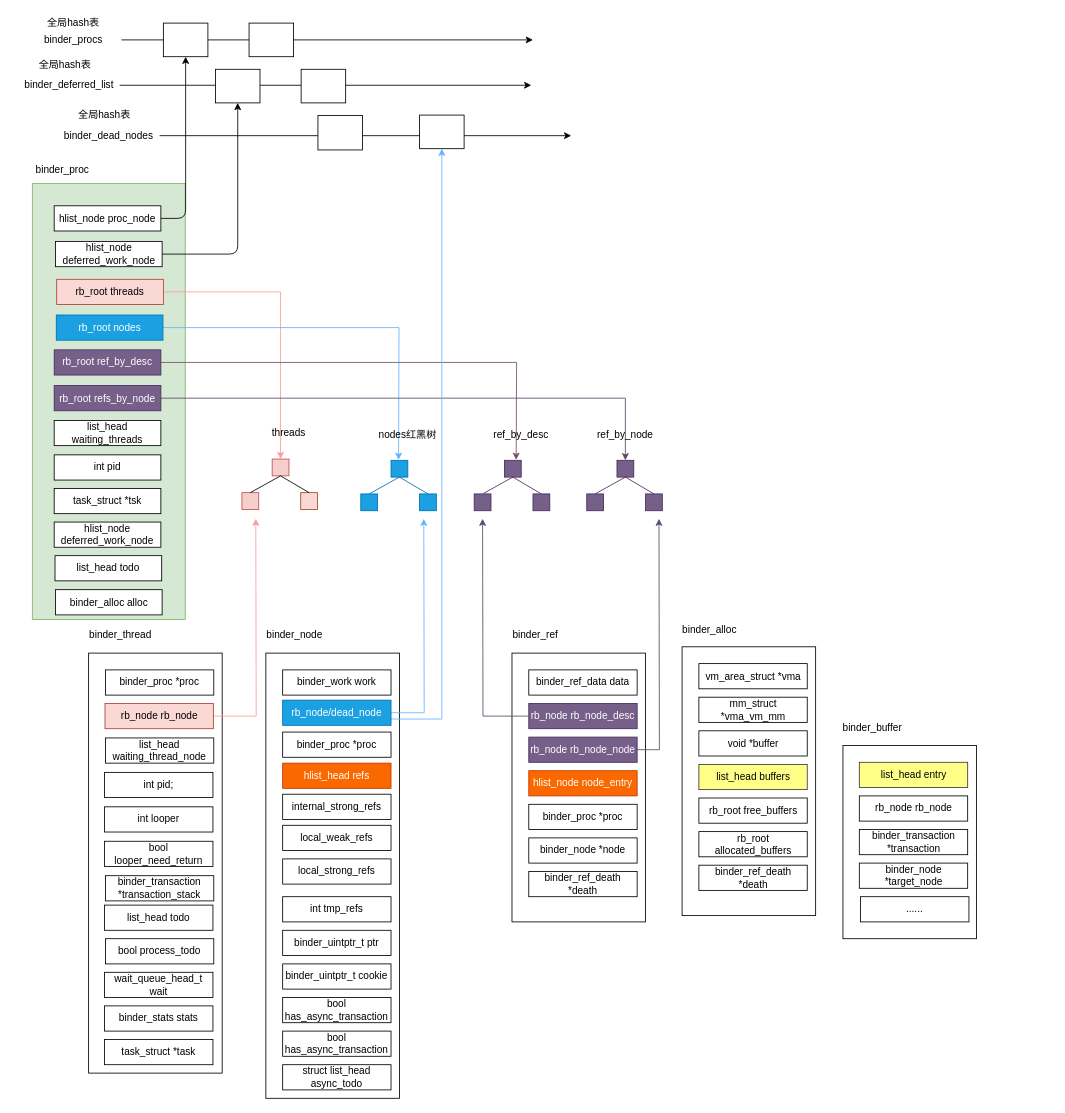
Earlier version of the draw.io diagram binder/diagram/binder_data_structure_relationships.drawio (cuijpus/Android). Source tidied: cells renumbered, new cells numbered last; positions are measured from the earlier drawing's top-left corner, leaving out a move shared by most shapes. Both pictures are drawn from the tidied source at 84%, with x=0, y=0 at pixel (14, 14).
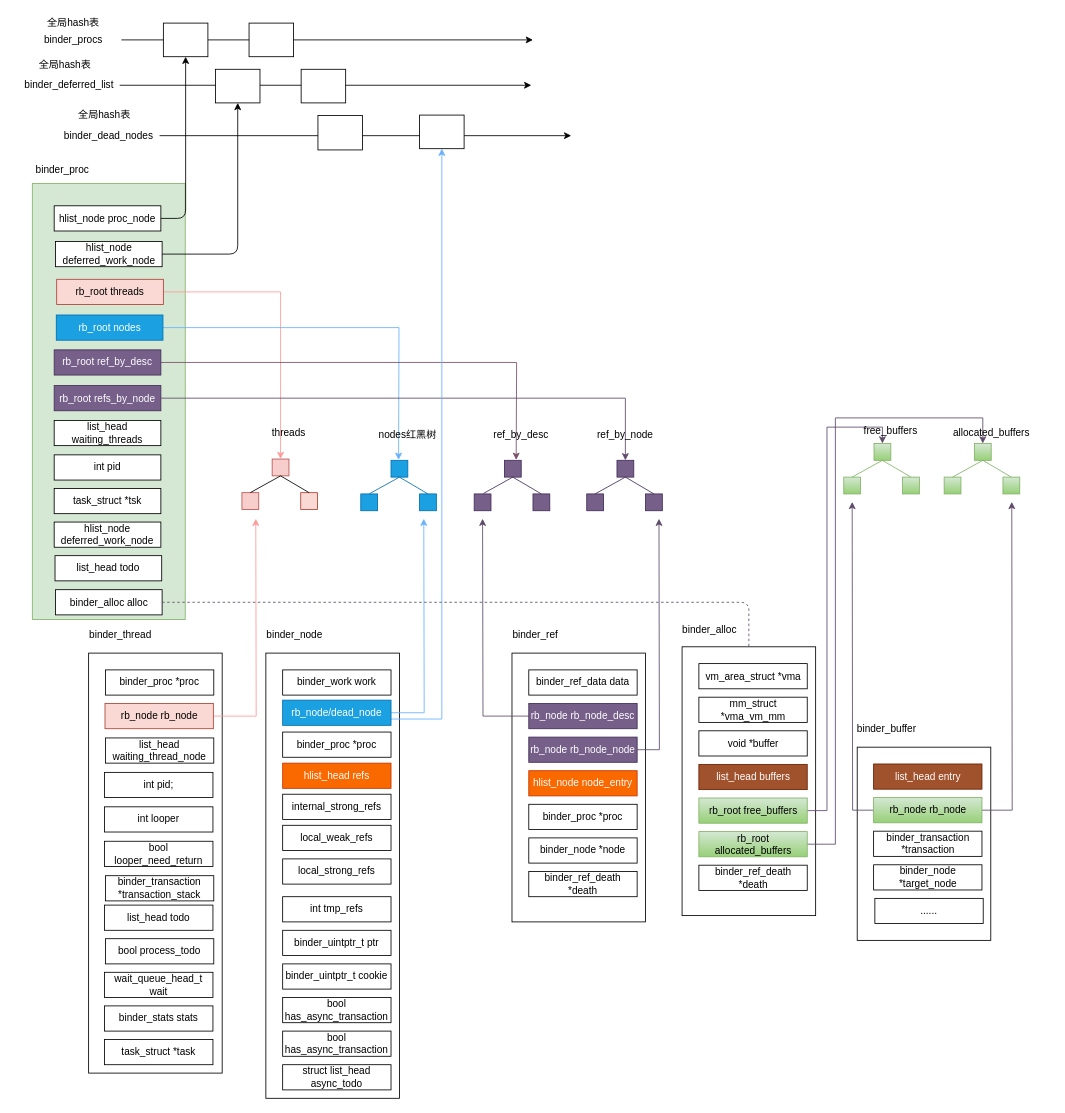
After the change.

Unchanged cells that the change refers to:
```xml
<mxCell id="103" value="binder_alloc alloc" style="rounded=0;whiteSpace=wrap;html=1;" parent="1" vertex="1">
  <mxGeometry x="48.5" y="684.5" width="127" height="30" as="geometry" />
</mxCell>
<mxCell id="104" style="rounded=0;whiteSpace=wrap;html=1;" parent="1" vertex="1">
  <mxGeometry x="794.5" y="752.5" width="159" height="320" as="geometry" />
</mxCell>
```

Diff of the diagram source:
```diff
@@
-    <mxCell id="109" value="list_head buffers" style="rounded=0;whiteSpace=wrap;html=1;fillColor=#ffff88;strokeColor=#36393d;" parent="1" vertex="1">
+    <mxCell id="109" value="list_head buffers" style="rounded=0;whiteSpace=wrap;html=1;fillColor=#a0522d;strokeColor=#6D1F00;fontColor=#ffffff;" parent="1" vertex="1">
       <mxGeometry x="814.5" y="892.5" width="129" height="30" as="geometry" />
     </mxCell>
+    <mxCell id="120" style="edgeStyle=orthogonalEdgeStyle;rounded=0;jettySize=auto;html=1;exitX=1;exitY=0.5;exitDx=0;exitDy=0;entryX=0.5;entryY=0;entryDx=0;entryDy=0;strokeColor=#5E4969;" parent="1" edge="1" source="110" target="125">
+      <mxGeometry relative="1" as="geometry">
+        <Array as="points">
+          <mxPoint x="967" y="948" />
+          <mxPoint x="967" y="491" />
+          <mxPoint x="1033" y="491" />
+        </Array>
+      </mxGeometry>
+    </mxCell>
-    <mxCell id="110" value="rb_root free_buffers" style="rounded=0;whiteSpace=wrap;html=1;" parent="1" vertex="1">
+    <mxCell id="110" value="rb_root free_buffers" style="rounded=0;whiteSpace=wrap;html=1;fillColor=#d5e8d4;strokeColor=#82b366;gradientColor=#97d077;" parent="1" vertex="1">
       <mxGeometry x="814.5" y="932.5" width="129" height="30" as="geometry" />
     </mxCell>
+    <mxCell id="121" style="edgeStyle=orthogonalEdgeStyle;rounded=0;jettySize=auto;html=1;exitX=1;exitY=0.5;exitDx=0;exitDy=0;entryX=0.5;entryY=0;entryDx=0;entryDy=0;strokeColor=#5E4969;" parent="1" edge="1" source="111" target="130">
+      <mxGeometry relative="1" as="geometry">
+        <Array as="points">
+          <mxPoint x="977" y="988" />
+          <mxPoint x="977" y="480" />
+          <mxPoint x="1153" y="480" />
+        </Array>
+      </mxGeometry>
+    </mxCell>
-    <mxCell id="111" value="rb_root allocated_buffers" style="rounded=0;whiteSpace=wrap;html=1;" parent="1" vertex="1">
+    <mxCell id="111" value="rb_root allocated_buffers" style="rounded=0;whiteSpace=wrap;html=1;gradientColor=#97d077;fillColor=#d5e8d4;strokeColor=#82b366;" parent="1" vertex="1">
       <mxGeometry x="814.5" y="972.5" width="129" height="30" as="geometry" />
     </mxCell>
@@
     <mxCell id="113" style="rounded=0;whiteSpace=wrap;html=1;" parent="1" vertex="1">
-      <mxGeometry x="986" y="870" width="159" height="230" as="geometry" />
+      <mxGeometry x="1003" y="872" width="159" height="230" as="geometry" />
     </mxCell>
-    <mxCell id="114" value="list_head entry" style="rounded=0;whiteSpace=wrap;html=1;fillColor=#ffff88;strokeColor=#36393d;" parent="1" vertex="1">
-      <mxGeometry x="1005.5" y="890" width="129" height="30" as="geometry" />
+    <mxCell id="114" value="list_head entry" style="rounded=0;whiteSpace=wrap;html=1;fillColor=#a0522d;strokeColor=#6D1F00;fontColor=#ffffff;" parent="1" vertex="1">
+      <mxGeometry x="1022.5" y="892" width="129" height="30" as="geometry" />
     </mxCell>
     <mxCell id="115" value="binder_buffer" style="text;html=1;" parent="1" vertex="1">
-      <mxGeometry x="984" y="835" width="100" height="30" as="geometry" />
+      <mxGeometry x="1001" y="837" width="100" height="30" as="geometry" />
     </mxCell>
+    <mxCell id="122" style="edgeStyle=orthogonalEdgeStyle;rounded=0;jettySize=auto;html=1;exitX=0;exitY=0.5;exitDx=0;exitDy=0;strokeColor=#5E4969;" parent="1" edge="1" source="116">
+      <mxGeometry relative="1" as="geometry">
+        <mxPoint x="997" y="580" as="targetPoint" />
+      </mxGeometry>
+    </mxCell>
+    <mxCell id="123" style="edgeStyle=orthogonalEdgeStyle;rounded=0;jettySize=auto;html=1;exitX=1;exitY=0.5;exitDx=0;exitDy=0;strokeColor=#5E4969;" parent="1" edge="1" source="116">
+      <mxGeometry relative="1" as="geometry">
+        <mxPoint x="1187" y="580" as="targetPoint" />
+      </mxGeometry>
+    </mxCell>
-    <mxCell id="116" value="rb_node rb_node" style="rounded=0;whiteSpace=wrap;html=1;" parent="1" vertex="1">
-      <mxGeometry x="1005.5" y="930" width="129" height="30" as="geometry" />
+    <mxCell id="116" value="rb_node rb_node" style="rounded=0;whiteSpace=wrap;html=1;gradientColor=#97d077;fillColor=#d5e8d4;strokeColor=#82b366;" parent="1" vertex="1">
+      <mxGeometry x="1022.5" y="932" width="129" height="30" as="geometry" />
     </mxCell>
     <mxCell id="117" value="binder_transaction *transaction" style="rounded=0;whiteSpace=wrap;html=1;" parent="1" vertex="1">
-      <mxGeometry x="1005.5" y="970" width="129" height="30" as="geometry" />
+      <mxGeometry x="1022.5" y="972" width="129" height="30" as="geometry" />
     </mxCell>
     <mxCell id="118" value="binder_node *target_node" style="rounded=0;whiteSpace=wrap;html=1;" parent="1" vertex="1">
-      <mxGeometry x="1005.5" y="1010" width="129" height="30" as="geometry" />
+      <mxGeometry x="1022.5" y="1012" width="129" height="30" as="geometry" />
     </mxCell>
     <mxCell id="119" value="......" style="rounded=0;whiteSpace=wrap;html=1;" parent="1" vertex="1">
-      <mxGeometry x="1007" y="1050" width="129" height="30" as="geometry" />
+      <mxGeometry x="1024" y="1052" width="129" height="30" as="geometry" />
     </mxCell>
+    <mxCell id="124" style="endArrow=none;dashed=1;html=1;strokeColor=#5E4969;exitX=1;exitY=0.5;exitDx=0;exitDy=0;edgeStyle=orthogonalEdgeStyle;" parent="1" edge="1" source="103" target="104">
+      <mxGeometry relative="1" as="geometry" />
+    </mxCell>
+    <mxCell id="125" style="whiteSpace=wrap;html=1;fillColor=#d5e8d4;strokeColor=#82b366;gradientColor=#97d077;" parent="1" vertex="1">
+      <mxGeometry x="1023" y="510.5" width="20" height="20" as="geometry" />
+    </mxCell>
+    <mxCell id="126" style="whiteSpace=wrap;html=1;fillColor=#d5e8d4;strokeColor=#82b366;gradientColor=#97d077;" parent="1" vertex="1">
+      <mxGeometry x="987" y="550.5" width="20" height="20" as="geometry" />
+    </mxCell>
+    <mxCell id="127" style="whiteSpace=wrap;html=1;fillColor=#d5e8d4;strokeColor=#82b366;gradientColor=#97d077;" parent="1" vertex="1">
+      <mxGeometry x="1057" y="550.5" width="20" height="20" as="geometry" />
+    </mxCell>
+    <mxCell id="128" style="endArrow=none;html=1;entryX=0.5;entryY=1;entryDx=0;entryDy=0;fillColor=#d5e8d4;strokeColor=#82b366;exitX=0.5;exitY=0;exitDx=0;exitDy=0;gradientColor=#97d077;" parent="1" edge="1" source="126" target="125">
+      <mxGeometry relative="1" as="geometry" />
+    </mxCell>
+    <mxCell id="129" style="endArrow=none;html=1;entryX=0.5;entryY=1;entryDx=0;entryDy=0;fillColor=#d5e8d4;strokeColor=#82b366;gradientColor=#97d077;" parent="1" edge="1" target="125">
+      <mxGeometry relative="1" as="geometry">
+        <mxPoint x="1067" y="550.5" as="sourcePoint" />
+      </mxGeometry>
+    </mxCell>
+    <mxCell id="130" style="whiteSpace=wrap;html=1;fillColor=#d5e8d4;strokeColor=#82b366;gradientColor=#97d077;" parent="1" vertex="1">
+      <mxGeometry x="1142.5" y="510.5" width="20" height="20" as="geometry" />
+    </mxCell>
+    <mxCell id="131" style="whiteSpace=wrap;html=1;fillColor=#d5e8d4;strokeColor=#82b366;gradientColor=#97d077;" parent="1" vertex="1">
+      <mxGeometry x="1106.5" y="550.5" width="20" height="20" as="geometry" />
+    </mxCell>
+    <mxCell id="132" style="whiteSpace=wrap;html=1;fillColor=#d5e8d4;strokeColor=#82b366;gradientColor=#97d077;" parent="1" vertex="1">
+      <mxGeometry x="1176.5" y="550.5" width="20" height="20" as="geometry" />
+    </mxCell>
+    <mxCell id="133" style="endArrow=none;html=1;entryX=0.5;entryY=1;entryDx=0;entryDy=0;fillColor=#d5e8d4;strokeColor=#82b366;exitX=0.5;exitY=0;exitDx=0;exitDy=0;gradientColor=#97d077;" parent="1" edge="1" source="131" target="130">
+      <mxGeometry relative="1" as="geometry" />
+    </mxCell>
+    <mxCell id="134" style="endArrow=none;html=1;entryX=0.5;entryY=1;entryDx=0;entryDy=0;fillColor=#d5e8d4;strokeColor=#82b366;gradientColor=#97d077;" parent="1" edge="1" target="130">
+      <mxGeometry relative="1" as="geometry">
+        <mxPoint x="1186.5" y="550.5" as="sourcePoint" />
+      </mxGeometry>
+    </mxCell>
+    <mxCell id="135" value="free_buffers" style="text;html=1;strokeColor=none;fillColor=none;align=center;verticalAlign=middle;whiteSpace=wrap;rounded=0;" parent="1" vertex="1">
+      <mxGeometry x="972" y="486" width="142" height="20" as="geometry" />
+    </mxCell>
+    <mxCell id="136" value="allocated_buffers" style="text;html=1;strokeColor=none;fillColor=none;align=center;verticalAlign=middle;whiteSpace=wrap;rounded=0;" parent="1" vertex="1">
+      <mxGeometry x="1091.5" y="488" width="142" height="20" as="geometry" />
+    </mxCell>
```
